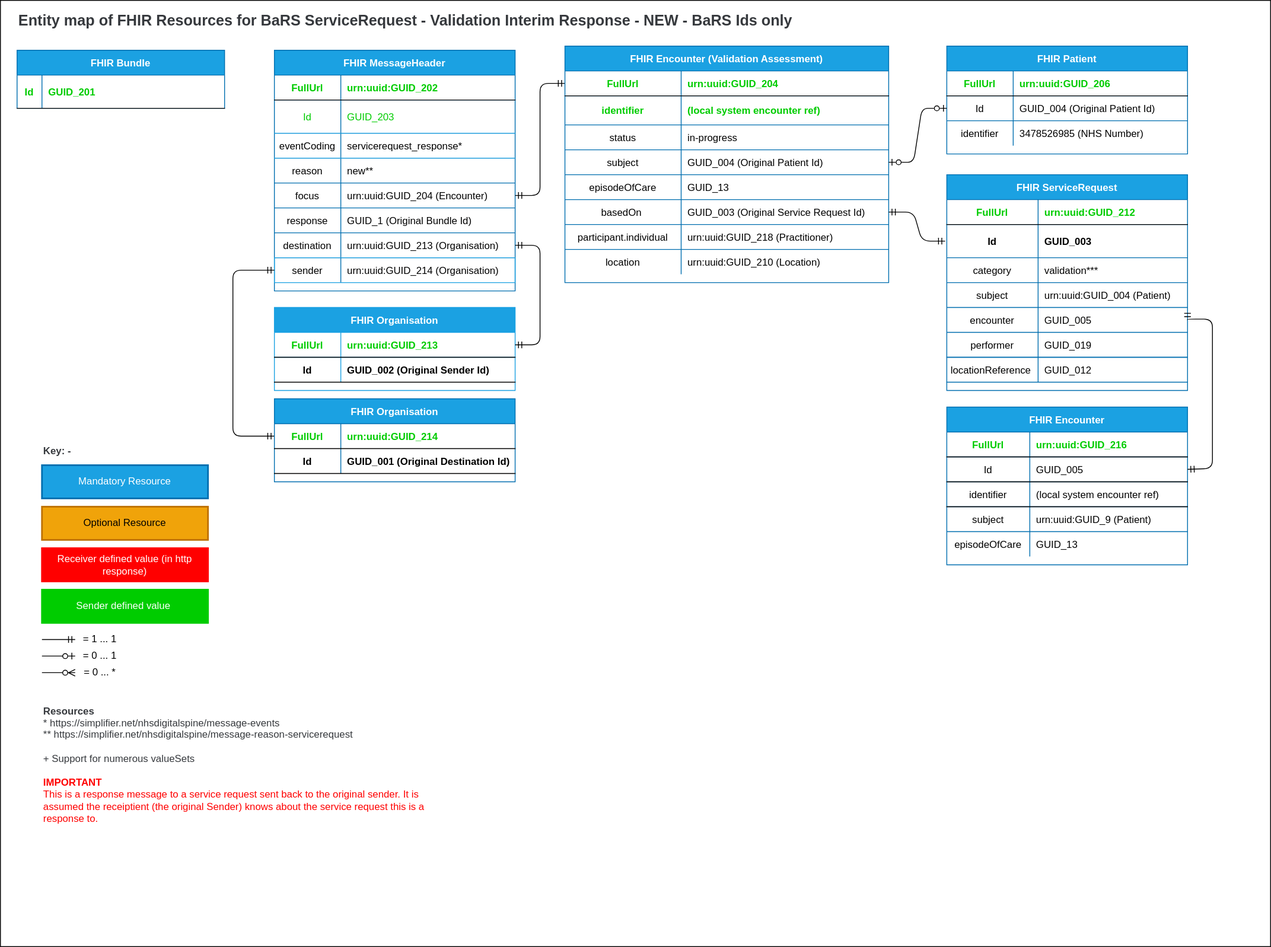
NHSDigital/booking-and-referral-media keeps this draw.io diagram as src/images/EntityMaps/EntityMap9sToCASValidationInterimResponse-1.0.0.svg. Above is the earlier version. Source tidied: cells renumbered, new cells last; positions are measured from the earlier drawing's top-left corner, leaving out a move shared by most shapes.
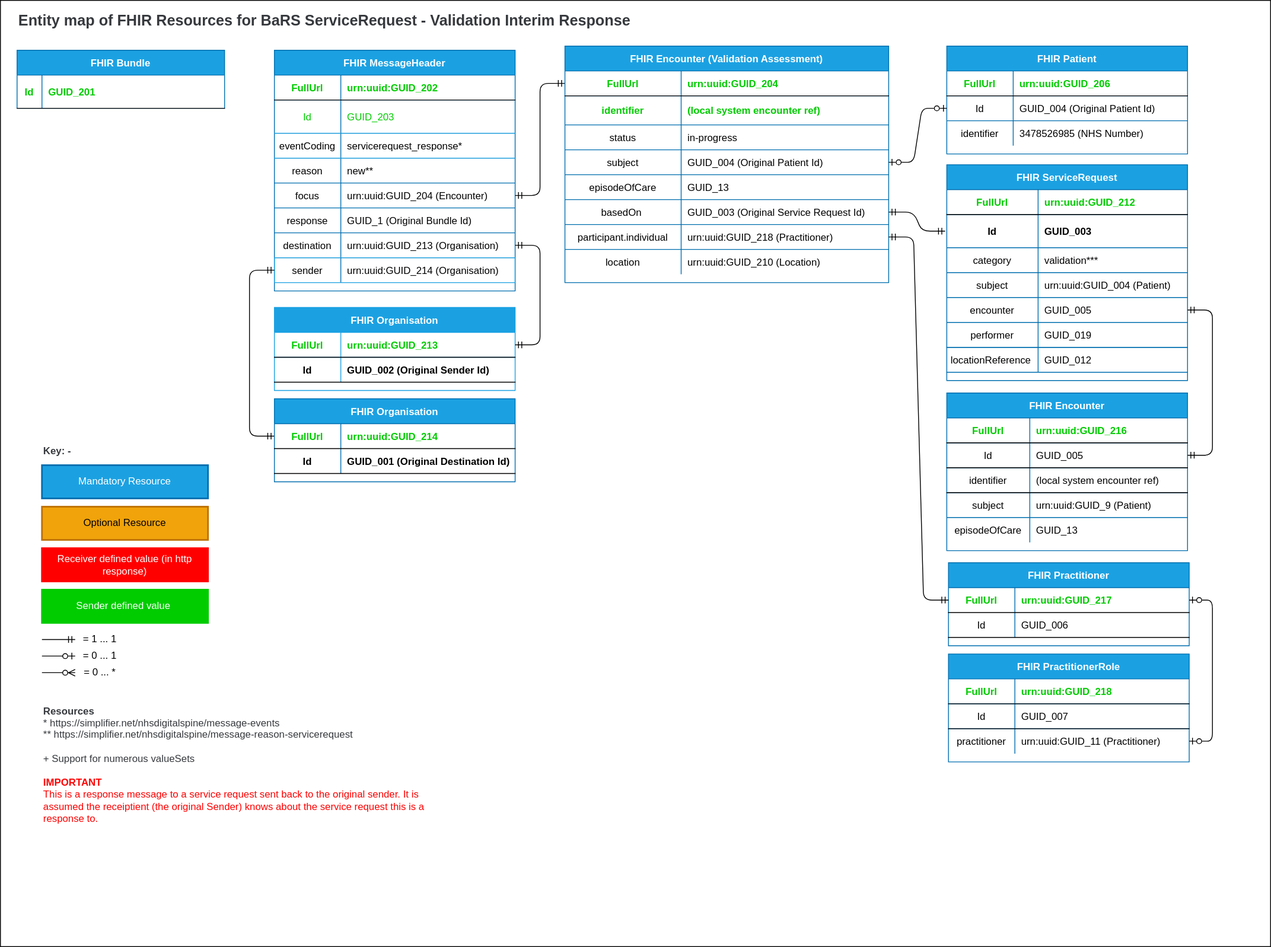
The same diagram one commit later.

Commit message:
Updated Validation ERDs

Updated ERDs

The edit, as a diff of the source:
```diff
@@ -98,8 +98,8 @@
     <mxCell id="33" style="edgeStyle=orthogonalEdgeStyle;endArrow=ERmandOne;startArrow=ERmandOne;endFill=0;startFill=0;exitX=0;exitY=0.5;exitDx=0;exitDy=0;entryX=0;entryY=0.5;entryDx=0;entryDy=0;" parent="1" edge="1" source="29" target="65">
       <mxGeometry relative="1" as="geometry">
         <Array as="points">
-          <mxPoint x="280" y="325" />
-          <mxPoint x="280" y="525" />
+          <mxPoint x="300" y="325" />
+          <mxPoint x="300" y="525" />
         </Array>
       </mxGeometry>
     </mxCell>
@@ -115,7 +115,7 @@
     <mxCell id="37" value="Optional Resource" style="rounded=0;whiteSpace=wrap;html=1;fontColor=#000000;strokeColor=#BD7000;strokeWidth=2;fillColor=#f0a30a;" parent="1" vertex="1">
       <mxGeometry x="50" y="610" width="200" height="40" as="geometry" />
     </mxCell>
-    <mxCell id="38" value="&lt;font color=&quot;#36393d&quot;&gt;&lt;b&gt;&lt;font style=&quot;font-size: 18px&quot;&gt;Entity map of FHIR Resources for BaRS ServiceRequest - Validation Interim Response - NEW - BaRS Ids only&amp;nbsp;&lt;/font&gt;&lt;/b&gt;&lt;br&gt;&lt;/font&gt;" style="text;html=1;strokeColor=none;fillColor=none;align=left;verticalAlign=middle;whiteSpace=wrap;rounded=0;fontColor=#FFFFFF;" parent="1" vertex="1">
+    <mxCell id="38" value="&lt;font color=&quot;#36393d&quot;&gt;&lt;b&gt;&lt;font style=&quot;font-size: 18px&quot;&gt;Entity map of FHIR Resources for BaRS ServiceRequest - Validation Interim Response&amp;nbsp;&amp;nbsp;&lt;/font&gt;&lt;/b&gt;&lt;br&gt;&lt;/font&gt;" style="text;html=1;strokeColor=none;fillColor=none;align=left;verticalAlign=middle;whiteSpace=wrap;rounded=0;fontColor=#FFFFFF;" parent="1" vertex="1">
       <mxGeometry x="20" y="10" width="940" height="30" as="geometry" />
     </mxCell>
     <mxCell id="39" value="FHIR Encounter (Validation Assessment)" style="shape=table;startSize=30;rowLines=1;fontStyle=1;align=center;fillColor=#1ba1e2;strokeColor=#006EAF;fontColor=#ffffff;" parent="1" vertex="1">
@@ -314,7 +314,7 @@
       <mxGeometry x="90" y="780" width="60" height="20" as="geometry" />
     </mxCell>
     <mxCell id="98" value="FHIR ServiceRequest" style="shape=table;startSize=30;rowLines=1;fontStyle=1;align=center;fillColor=#1ba1e2;strokeColor=#006EAF;fontColor=#ffffff;" parent="1" vertex="1">
-      <mxGeometry x="1140" y="210" width="290" height="260" as="geometry" />
+      <mxGeometry x="1140" y="198" width="290" height="260" as="geometry" />
     </mxCell>
     <mxCell id="99" style="shape=partialRectangle;fillColor=none;top=0;left=0;right=0;bottom=1;" parent="98" vertex="1">
       <mxGeometry y="30" width="290" height="30" as="geometry" />
@@ -383,7 +383,7 @@
       <mxGeometry x="50" y="929" width="500" height="70" as="geometry" />
     </mxCell>
     <mxCell id="121" value="FHIR Encounter" style="shape=table;startSize=30;rowLines=1;fontStyle=1;align=center;fillColor=#1ba1e2;strokeColor=#006EAF;fontColor=#ffffff;" parent="1" vertex="1">
-      <mxGeometry x="1140" y="490" width="290" height="190" as="geometry" />
+      <mxGeometry x="1140" y="473" width="290" height="190" as="geometry" />
     </mxCell>
     <mxCell id="122" style="shape=partialRectangle;fillColor=none;top=0;left=0;right=0;bottom=1;" parent="121" vertex="1">
       <mxGeometry y="30" width="290" height="30" as="geometry" />
@@ -433,13 +433,74 @@
     <mxCell id="137" style="edgeStyle=orthogonalEdgeStyle;endArrow=ERmandOne;startArrow=ERmandOne;endFill=0;startFill=0;elbow=vertical;exitX=1;exitY=0.5;exitDx=0;exitDy=0;entryX=1;entryY=0.5;entryDx=0;entryDy=0;" parent="1" edge="1" source="111" target="125">
       <mxGeometry relative="1" as="geometry">
         <Array as="points">
-          <mxPoint x="1460" y="384" />
-          <mxPoint x="1460" y="564" />
+          <mxPoint x="1460" y="373" />
+          <mxPoint x="1460" y="548" />
         </Array>
       </mxGeometry>
     </mxCell>
     <mxCell id="138" style="edgeStyle=entityRelationEdgeStyle;endArrow=ERmandOne;startArrow=ERmandOne;endFill=0;startFill=0;exitX=1;exitY=0.5;exitDx=0;exitDy=0;" parent="1" edge="1" source="55" target="102">
       <mxGeometry relative="1" as="geometry" />
     </mxCell>
+    <mxCell id="139" value="FHIR Practitioner" style="shape=table;startSize=30;rowLines=0;fontStyle=1;align=center;fillColor=#1ba1e2;strokeColor=#006EAF;fontColor=#ffffff;" parent="1" vertex="1">
+      <mxGeometry x="1142" y="677.5" width="290" height="100" as="geometry" />
+    </mxCell>
+    <mxCell id="140" style="shape=partialRectangle;fillColor=none;points=[[0,0.5],[1,0.5]];portConstraint=eastwest;top=0;left=0;right=0;bottom=1;" parent="139" vertex="1">
+      <mxGeometry y="30" width="290" height="30" as="geometry" />
+    </mxCell>
+    <mxCell id="141" value="FullUrl" style="shape=partialRectangle;overflow=hidden;fillColor=none;top=0;left=0;bottom=0;right=0;fontStyle=1;fontColor=#00CC00;" parent="140" vertex="1">
+      <mxGeometry width="80" height="30" as="geometry" />
+    </mxCell>
+    <mxCell id="142" value="urn:uuid:GUID_217" style="shape=partialRectangle;overflow=hidden;fillColor=none;top=0;left=0;bottom=0;right=0;align=left;spacingLeft=6;fontStyle=1;fontColor=#00CC00;labelBackgroundColor=default;" parent="140" vertex="1">
+      <mxGeometry x="80" width="210" height="30" as="geometry" />
+    </mxCell>
+    <mxCell id="143" style="shape=partialRectangle;fillColor=none;top=0;left=0;right=0;bottom=1;" parent="139" vertex="1">
+      <mxGeometry y="60" width="290" height="30" as="geometry" />
+    </mxCell>
+    <mxCell id="144" value="Id" style="shape=partialRectangle;overflow=hidden;fillColor=none;top=0;left=0;bottom=0;right=0;fontStyle=0;fontColor=#000000;" parent="143" vertex="1">
+      <mxGeometry width="80" height="30" as="geometry" />
+    </mxCell>
+    <mxCell id="145" value="GUID_006" style="shape=partialRectangle;overflow=hidden;fillColor=none;top=0;left=0;bottom=0;right=0;align=left;spacingLeft=6;fontStyle=0;fontColor=#000000;" parent="143" vertex="1">
+      <mxGeometry x="80" width="210" height="30" as="geometry" />
+    </mxCell>
+    <mxCell id="146" value="FHIR PractitionerRole" style="shape=table;startSize=30;rowLines=1;fontStyle=1;align=center;fillColor=#1ba1e2;strokeColor=#006EAF;fontColor=#ffffff;" parent="1" vertex="1">
+      <mxGeometry x="1142" y="787.5" width="290" height="130" as="geometry" />
+    </mxCell>
+    <mxCell id="147" style="shape=partialRectangle;fillColor=none;top=0;left=0;right=0;bottom=1;" parent="146" vertex="1">
+      <mxGeometry y="30" width="290" height="30" as="geometry" />
+    </mxCell>
+    <mxCell id="148" value="FullUrl" style="shape=partialRectangle;overflow=hidden;fillColor=none;top=0;left=0;bottom=0;right=0;fontStyle=1;fontColor=#00CC00;" parent="147" vertex="1">
+      <mxGeometry width="80" height="30" as="geometry" />
+    </mxCell>
+    <mxCell id="149" value="urn:uuid:GUID_218" style="shape=partialRectangle;overflow=hidden;fillColor=none;top=0;left=0;bottom=0;right=0;align=left;spacingLeft=6;fontStyle=1;fontColor=#00CC00;" parent="147" vertex="1">
+      <mxGeometry x="80" width="210" height="30" as="geometry" />
+    </mxCell>
+    <mxCell id="150" style="shape=partialRectangle;fillColor=none;top=0;left=0;right=0;bottom=1;" parent="146" vertex="1">
+      <mxGeometry y="60" width="290" height="30" as="geometry" />
+    </mxCell>
+    <mxCell id="151" value="Id" style="shape=partialRectangle;overflow=hidden;fillColor=none;top=0;left=0;bottom=0;right=0;fontStyle=0;fontColor=#000000;" parent="150" vertex="1">
+      <mxGeometry width="80" height="30" as="geometry" />
+    </mxCell>
+    <mxCell id="152" value="GUID_007" style="shape=partialRectangle;overflow=hidden;fillColor=none;top=0;left=0;bottom=0;right=0;align=left;spacingLeft=6;fontStyle=0;fontColor=#000000;" parent="150" vertex="1">
+      <mxGeometry x="80" width="210" height="30" as="geometry" />
+    </mxCell>
+    <mxCell id="153" style="shape=partialRectangle;fillColor=none;points=[[0,0.5],[1,0.5]];portConstraint=eastwest;top=0;left=0;right=0;bottom=0;" parent="146" vertex="1">
+      <mxGeometry y="90" width="290" height="30" as="geometry" />
+    </mxCell>
+    <mxCell id="154" value="practitioner" style="shape=partialRectangle;overflow=hidden;fillColor=none;top=0;left=0;bottom=0;right=0;" parent="153" vertex="1">
+      <mxGeometry width="80" height="30" as="geometry" />
+    </mxCell>
+    <mxCell id="155" value="urn:uuid:GUID_11 (Practitioner)" style="shape=partialRectangle;overflow=hidden;fillColor=none;top=0;left=0;bottom=0;right=0;align=left;spacingLeft=6;" parent="153" vertex="1">
+      <mxGeometry x="80" width="210" height="30" as="geometry" />
+    </mxCell>
+    <mxCell id="156" style="edgeStyle=entityRelationEdgeStyle;endArrow=ERmandOne;startArrow=ERmandOne;endFill=0;startFill=0;exitX=1;exitY=0.5;exitDx=0;exitDy=0;entryX=0;entryY=0.5;entryDx=0;entryDy=0;" parent="1" edge="1" source="58" target="140">
+      <mxGeometry relative="1" as="geometry" />
+    </mxCell>
+    <mxCell id="157" style="edgeStyle=elbowEdgeStyle;endArrow=ERzeroToOne;startArrow=ERzeroToOne;endFill=0;startFill=0;exitX=1;exitY=0.5;exitDx=0;exitDy=0;" parent="1" edge="1" source="140" target="153">
+      <mxGeometry relative="1" as="geometry">
+        <Array as="points">
+          <mxPoint x="1460" y="800" />
+        </Array>
+      </mxGeometry>
+    </mxCell>
   </root>
 </mxGraphModel>
```
